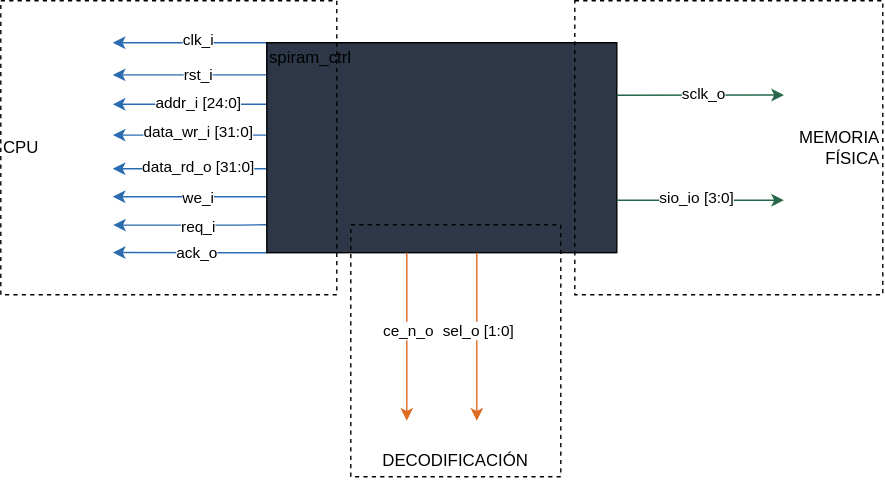
This is Images/Blackbox.svg from KUBIX2026/SPI_RAM, a draw.io export, as it was before one commit. Source tidied: cells renumbered, new cells last; positions are measured from the earlier drawing's top-left corner, leaving out a move shared by most shapes.
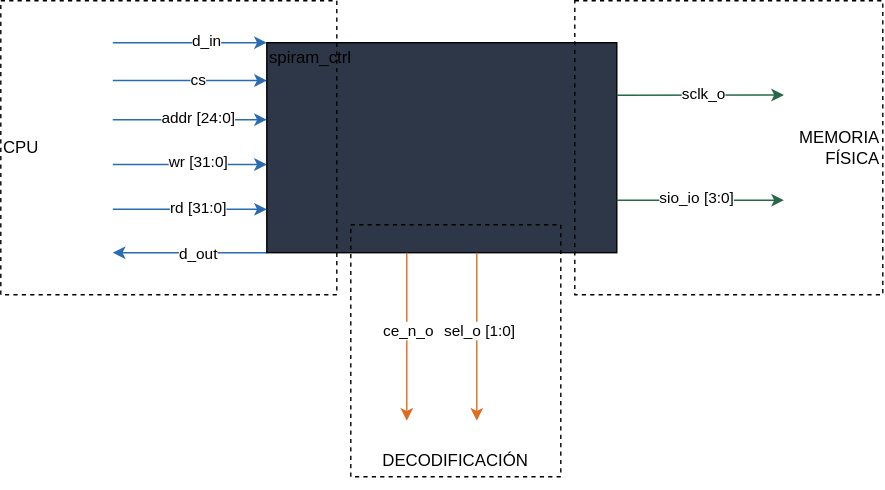
After the commit.

Commit message:
Correcting Blackbox diagram.

The edit, as a diff of the source:
```diff
@@ -2,106 +2,78 @@
   <root>
     <mxCell id="0" />
     <mxCell id="1" parent="0" />
-    <mxCell id="2" style="edgeStyle=none;rounded=0;orthogonalLoop=1;jettySize=auto;html=1;exitX=0;exitY=0;exitDx=0;exitDy=0;defaultLabelBackgroundColor=page;strokeColor=light-dark(#2B6CB0,#2B6CB0);" parent="1" edge="1">
-      <mxGeometry x="-0.48" relative="1" as="geometry">
-        <mxPoint x="190" y="50" as="sourcePoint" />
+    <mxCell id="2" style="edgeStyle=none;rounded=0;jettySize=auto;html=1;defaultLabelBackgroundColor=page;strokeColor=light-dark(#2B6CB0,#2B6CB0);endArrow=none;endFill=0;exitX=0;exitY=0;exitDx=0;exitDy=0;startArrow=classic;startFill=1;" parent="1" edge="1" source="18">
+      <mxGeometry x="-0.42" relative="1" as="geometry">
         <mxPoint x="80" y="30" as="targetPoint" />
         <Array as="points">
-          <mxPoint x="190" y="30" />
+          <mxPoint x="160" y="30" />
           <mxPoint x="170" y="30" />
         </Array>
       </mxGeometry>
     </mxCell>
-    <mxCell id="3" value="clk_i" style="edgeLabel;html=1;align=center;verticalAlign=middle;inheritText=1;defaultLabelBackgroundColor=page;" parent="2" vertex="1">
-      <mxGeometry x="-0.43" y="-2" relative="1" as="geometry">
+    <mxCell id="3" value="d_in" style="edgeLabel;html=1;align=center;verticalAlign=middle;inheritText=1;defaultLabelBackgroundColor=page;" parent="2" vertex="1">
+      <mxGeometry x="-0.83" y="-2" relative="1" as="geometry">
         <mxPoint x="-33" as="offset" />
       </mxGeometry>
     </mxCell>
-    <mxCell id="4" style="edgeStyle=none;rounded=0;orthogonalLoop=1;jettySize=auto;html=1;exitX=0;exitY=0;exitDx=0;exitDy=0;defaultLabelBackgroundColor=page;strokeColor=light-dark(#2B6CB0,#2B6CB0);" parent="1" edge="1">
+    <mxCell id="4" style="edgeStyle=none;rounded=0;orthogonalLoop=1;jettySize=auto;html=1;exitX=0;exitY=0;exitDx=0;exitDy=0;defaultLabelBackgroundColor=page;strokeColor=light-dark(#2B6CB0,#2B6CB0);endArrow=none;endFill=0;startArrow=classic;startFill=1;" parent="1" edge="1">
       <mxGeometry relative="1" as="geometry">
-        <mxPoint x="190" y="53" as="sourcePoint" />
-        <mxPoint x="80" y="53" as="targetPoint" />
+        <mxPoint x="190" y="57" as="sourcePoint" />
+        <mxPoint x="80" y="57" as="targetPoint" />
       </mxGeometry>
     </mxCell>
-    <mxCell id="5" value="rst_i" style="edgeLabel;html=1;align=center;verticalAlign=middle;inheritText=1;defaultLabelBackgroundColor=page;" parent="4" vertex="1">
+    <mxCell id="5" value="cs" style="edgeLabel;html=1;align=center;verticalAlign=middle;inheritText=1;defaultLabelBackgroundColor=page;" parent="4" vertex="1">
       <mxGeometry x="-0.02" y="-1" relative="1" as="geometry">
         <mxPoint x="4" as="offset" />
       </mxGeometry>
     </mxCell>
-    <mxCell id="6" style="edgeStyle=none;rounded=0;orthogonalLoop=1;jettySize=auto;html=1;defaultLabelBackgroundColor=page;exitX=0;exitY=0.25;exitDx=0;exitDy=0;strokeColor=light-dark(#2B6CB0,#2B6CB0);" parent="1" edge="1">
+    <mxCell id="6" style="edgeStyle=none;rounded=0;orthogonalLoop=1;jettySize=auto;html=1;defaultLabelBackgroundColor=page;exitX=0;exitY=0.25;exitDx=0;exitDy=0;strokeColor=light-dark(#2B6CB0,#2B6CB0);startArrow=classic;startFill=1;endArrow=none;endFill=0;" parent="1" edge="1">
       <mxGeometry relative="1" as="geometry">
-        <mxPoint x="190" y="74" as="sourcePoint" />
-        <mxPoint x="80" y="74" as="targetPoint" />
+        <mxPoint x="190" y="85" as="sourcePoint" />
+        <mxPoint x="80" y="85" as="targetPoint" />
       </mxGeometry>
     </mxCell>
-    <mxCell id="7" value="addr_i [24:0]" style="edgeLabel;html=1;align=center;verticalAlign=middle;inheritText=1;defaultLabelBackgroundColor=page;" parent="6" vertex="1">
+    <mxCell id="7" value="addr [24:0]" style="edgeLabel;html=1;align=center;verticalAlign=middle;inheritText=1;defaultLabelBackgroundColor=page;" parent="6" vertex="1">
       <mxGeometry x="0.02" y="-2" relative="1" as="geometry">
         <mxPoint x="6" as="offset" />
       </mxGeometry>
     </mxCell>
-    <mxCell id="8" style="edgeStyle=none;rounded=0;orthogonalLoop=1;jettySize=auto;html=1;exitX=0;exitY=0.5;exitDx=0;exitDy=0;defaultLabelBackgroundColor=page;strokeColor=light-dark(#2B6CB0,#2B6CB0);" parent="1" edge="1">
+    <mxCell id="8" style="edgeStyle=none;rounded=0;orthogonalLoop=1;jettySize=auto;html=1;exitX=0;exitY=0.5;exitDx=0;exitDy=0;defaultLabelBackgroundColor=page;strokeColor=light-dark(#2B6CB0,#2B6CB0);endArrow=none;endFill=0;startArrow=classic;startFill=1;" parent="1" edge="1">
       <mxGeometry relative="1" as="geometry">
-        <mxPoint x="190" y="96" as="sourcePoint" />
-        <mxPoint x="80" y="96" as="targetPoint" />
+        <mxPoint x="190" y="117" as="sourcePoint" />
+        <mxPoint x="80" y="117" as="targetPoint" />
       </mxGeometry>
     </mxCell>
-    <mxCell id="9" value="data_wr_i [31:0]" style="edgeLabel;html=1;align=center;verticalAlign=middle;inheritText=1;defaultLabelBackgroundColor=page;" parent="8" vertex="1">
+    <mxCell id="9" value="wr [31:0]" style="edgeLabel;html=1;align=center;verticalAlign=middle;inheritText=1;defaultLabelBackgroundColor=page;" parent="8" vertex="1">
       <mxGeometry y="-3" relative="1" as="geometry">
         <mxPoint x="5" as="offset" />
       </mxGeometry>
     </mxCell>
-    <mxCell id="10" style="edgeStyle=none;rounded=0;orthogonalLoop=1;jettySize=auto;html=1;exitX=0;exitY=0.75;exitDx=0;exitDy=0;defaultLabelBackgroundColor=page;strokeColor=light-dark(#2B6CB0,#2B6CB0);" parent="1" edge="1">
+    <mxCell id="10" style="edgeStyle=none;rounded=0;orthogonalLoop=1;jettySize=auto;html=1;exitX=0;exitY=0.75;exitDx=0;exitDy=0;defaultLabelBackgroundColor=page;strokeColor=light-dark(#2B6CB0,#2B6CB0);startArrow=classic;startFill=1;endArrow=none;endFill=0;" parent="1" edge="1">
       <mxGeometry relative="1" as="geometry">
-        <mxPoint x="190" y="120" as="sourcePoint" />
-        <mxPoint x="80" y="120" as="targetPoint" />
+        <mxPoint x="190" y="149" as="sourcePoint" />
+        <mxPoint x="80" y="149" as="targetPoint" />
       </mxGeometry>
     </mxCell>
-    <mxCell id="11" value="data_rd_o [31:0]" style="edgeLabel;html=1;align=center;verticalAlign=middle;inheritText=1;defaultLabelBackgroundColor=page;strokeColor=none;" parent="10" vertex="1">
-      <mxGeometry x="0.06" y="-2" relative="1" as="geometry">
+    <mxCell id="11" value="rd [31:0]" style="edgeLabel;html=1;align=center;verticalAlign=middle;inheritText=1;defaultLabelBackgroundColor=page;strokeColor=none;" parent="10" vertex="1">
+      <mxGeometry x="0.05" y="-2" relative="1" as="geometry">
         <mxPoint x="8" as="offset" />
       </mxGeometry>
     </mxCell>
-    <mxCell id="12" style="edgeStyle=none;rounded=0;orthogonalLoop=1;jettySize=auto;html=1;exitX=0;exitY=1;exitDx=0;exitDy=0;defaultLabelBackgroundColor=page;strokeColor=light-dark(#2B6CB0,#2B6CB0);" parent="1" edge="1">
+    <mxCell id="12" style="edgeStyle=none;rounded=0;orthogonalLoop=1;jettySize=auto;html=1;exitX=0;exitY=1;exitDx=0;exitDy=0;defaultLabelBackgroundColor=page;strokeColor=light-dark(#2B6CB0,#2B6CB0);startArrow=none;startFill=0;" parent="1" edge="1">
       <mxGeometry x="0.42" relative="1" as="geometry">
-        <mxPoint x="190" y="140" as="sourcePoint" />
-        <mxPoint x="80" y="140" as="targetPoint" />
+        <mxPoint x="190" y="180" as="sourcePoint" />
+        <mxPoint x="80" y="180" as="targetPoint" />
         <Array as="points">
-          <mxPoint x="170" y="140" />
+          <mxPoint x="170" y="180" />
         </Array>
       </mxGeometry>
     </mxCell>
-    <mxCell id="13" value="we_i" style="edgeLabel;html=1;align=center;verticalAlign=middle;inheritText=1;defaultLabelBackgroundColor=page;" parent="12" vertex="1">
-      <mxGeometry x="0.52" y="5" relative="1" as="geometry">
+    <mxCell id="13" value="d_out" style="edgeLabel;html=1;align=center;verticalAlign=middle;inheritText=1;defaultLabelBackgroundColor=page;" parent="12" vertex="1">
+      <mxGeometry x="0.53" y="5" relative="1" as="geometry">
         <mxPoint x="34" y="-5" as="offset" />
       </mxGeometry>
     </mxCell>
-    <mxCell id="14" style="edgeStyle=none;rounded=0;orthogonalLoop=1;jettySize=auto;html=1;exitX=-0.001;exitY=0.798;exitDx=0;exitDy=0;defaultLabelBackgroundColor=page;strokeColor=light-dark(#2B6CB0,#2B6CB0);exitPerimeter=0;" parent="1" edge="1">
-      <mxGeometry x="-0.73" relative="1" as="geometry">
-        <mxPoint x="190" y="160" as="sourcePoint" />
-        <mxPoint x="80.2" y="160.3" as="targetPoint" />
-        <Array as="points">
-          <mxPoint x="170.2" y="160.3" />
-        </Array>
-      </mxGeometry>
-    </mxCell>
-    <mxCell id="15" value="req_i" style="edgeLabel;html=1;align=center;verticalAlign=middle;inheritText=1;defaultLabelBackgroundColor=page;" parent="14" vertex="1">
-      <mxGeometry x="-0.51" y="1" relative="1" as="geometry">
-        <mxPoint x="-23" as="offset" />
-      </mxGeometry>
-    </mxCell>
-    <mxCell id="16" style="edgeStyle=none;rounded=0;jettySize=auto;html=1;exitX=0;exitY=1;exitDx=0;exitDy=0;defaultLabelBackgroundColor=page;strokeColor=light-dark(#2B6CB0,#2B6CB0);entryX=0.286;entryY=0.733;entryDx=0;entryDy=0;entryPerimeter=0;" parent="1" edge="1" source="18">
-      <mxGeometry x="-0.05" relative="1" as="geometry">
-        <mxPoint x="80.1" y="179.9" as="targetPoint" />
-        <Array as="points">
-          <mxPoint x="170" y="180" />
-        </Array>
-      </mxGeometry>
-    </mxCell>
-    <mxCell id="17" value="ack_o" style="edgeLabel;html=1;align=center;verticalAlign=middle;inheritText=1;defaultLabelBackgroundColor=page;" parent="16" vertex="1">
-      <mxGeometry x="0.12" y="1" relative="1" as="geometry">
-        <mxPoint x="12" y="-1" as="offset" />
-      </mxGeometry>
-    </mxCell>
     <mxCell id="18" value="spiram_ctrl&lt;div&gt;&lt;br&gt;&lt;/div&gt;&lt;div&gt;&lt;br&gt;&lt;/div&gt;&lt;div&gt;&lt;br&gt;&lt;/div&gt;&lt;div&gt;&lt;br&gt;&lt;/div&gt;&lt;div&gt;&lt;br&gt;&lt;/div&gt;&lt;div&gt;&lt;br&gt;&lt;/div&gt;&lt;div&gt;&lt;br&gt;&lt;/div&gt;&lt;div&gt;&lt;br&gt;&lt;/div&gt;&lt;div&gt;&lt;br&gt;&lt;/div&gt;" style="rounded=0;whiteSpace=wrap;html=1;align=left;fillColor=light-dark(#2D3748,#2D3748);" parent="1" vertex="1">
       <mxGeometry x="190" y="30" width="250" height="150" as="geometry" />
     </mxCell>
```
